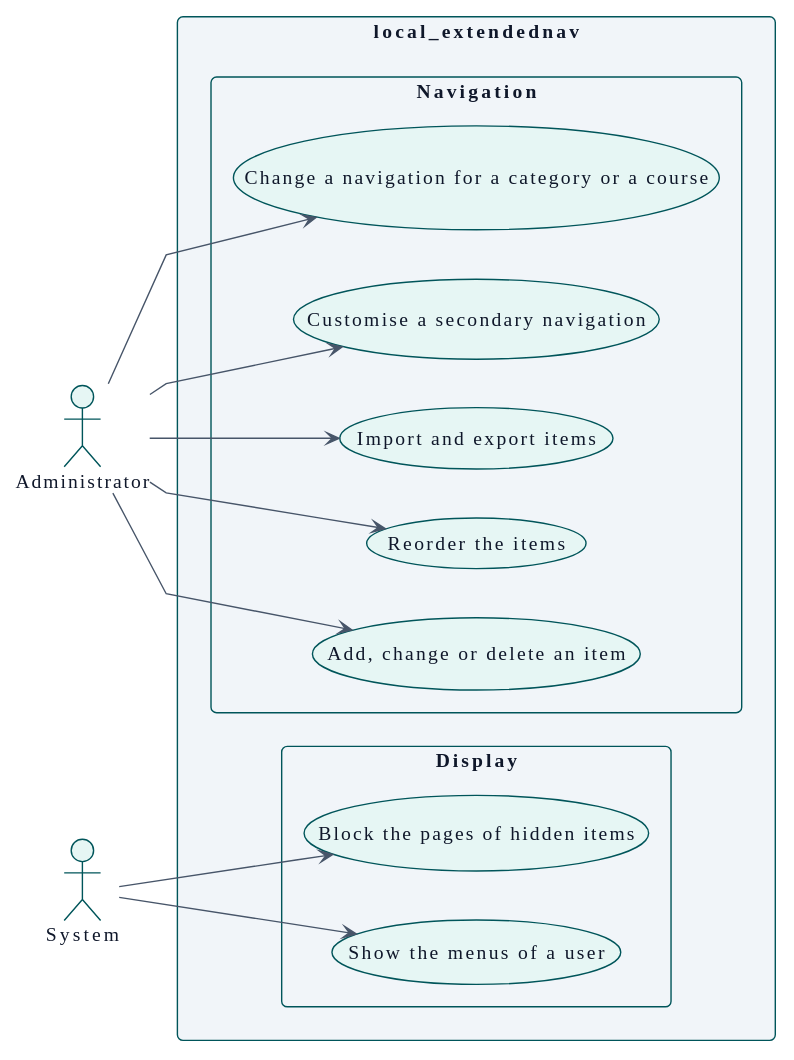
This is docs/en/technical/requirements/use-case-overview.svg from didactika/moodle-local_extendednav, a PlantUML export, as it was before one commit. The source it was exported from:
```plantuml
@startuml
!theme plain
skinparam backgroundColor #FFFFFF
skinparam defaultFontName IBM Plex Sans
skinparam defaultFontSize 14
skinparam defaultFontColor #0F172A
skinparam shadowing false
skinparam packageStyle rectangle
skinparam ArrowFontSize 12
skinparam ClassAttributeIconSize 0
skinparam roundCorner 8
skinparam ArrowColor #475569
skinparam ArrowFontColor #0F172A
skinparam NoteBackgroundColor #FDF3DC
skinparam NoteBorderColor #00555A
skinparam NoteFontColor #0F172A
skinparam class {
  BackgroundColor #E6F6F4
  BorderColor #00555A
  FontColor #0F172A
}
skinparam entity {
  BackgroundColor #E6F6F4
  BorderColor #00555A
  FontColor #0F172A
}
skinparam participant {
  BackgroundColor #E6F6F4
  BorderColor #00555A
  FontColor #0F172A
}
skinparam actor {
  BackgroundColor #E6F6F4
  BorderColor #00555A
  FontColor #0F172A
}
skinparam database {
  BackgroundColor #E6F6F4
  BorderColor #00555A
  FontColor #0F172A
}
skinparam component {
  BackgroundColor #E6F6F4
  BorderColor #00555A
  FontColor #0F172A
}
skinparam node {
  BackgroundColor #E6F6F4
  BorderColor #00555A
  FontColor #0F172A
}
skinparam usecase {
  BackgroundColor #E6F6F4
  BorderColor #00555A
  FontColor #0F172A
}
skinparam interface {
  BackgroundColor #E6F6F4
  BorderColor #00555A
  FontColor #0F172A
}
skinparam state {
  BackgroundColor #E6F6F4
  BorderColor #00555A
  FontColor #0F172A
  StartColor #475569
  EndColor #475569
  ArrowColor #475569
}
skinparam package {
  BackgroundColor #F1F5F9
  BorderColor #00555A
  FontColor #0F172A
}
skinparam sequence {
  LifeLineBorderColor #475569
  LifeLineBackgroundColor #E6F6F4
  ArrowColor #475569
  GroupBorderColor #00555A
  GroupBackgroundColor #F1F5F9
}
skinparam package<<level1>> {
  BackgroundColor #A7DDD5
  BorderColor #00555A
  FontColor #0F172A
}
skinparam package<<level2>> {
  BackgroundColor #C8EEE9
  BorderColor #00555A
  FontColor #0F172A
}
skinparam package<<level3>> {
  BackgroundColor #E6F6F4
  BorderColor #00555A
  FontColor #0F172A
}
skinparam package<<level4>> {
  BackgroundColor #F4FBFA
  BorderColor #00555A
  FontColor #0F172A
}
hide <<level1>> stereotype
hide <<level2>> stereotype
hide <<level3>> stereotype
hide <<level4>> stereotype
skinparam linetype polyline
left to right direction

actor "Administrator" as A_Administrator
actor "System" as A_System

rectangle "local_extendednav" {
  package "Navigation" {
    usecase "Add, change or delete an item" as UC_manageNodes
    usecase "Reorder the items" as UC_reorderNodes
    usecase "Import and export items" as UC_importNodes
    usecase "Customise a secondary navigation" as UC_customiseSecondaryNavigation
    usecase "Change a navigation for a category or a course" as UC_setScopeException
  }
  package "Display" {
    usecase "Show the menus of a user" as UC_showMenus
    usecase "Block the pages of hidden items" as UC_blockUrl
  }
}

A_Administrator --> UC_manageNodes
A_Administrator --> UC_reorderNodes
A_Administrator --> UC_importNodes
A_System --> UC_showMenus
A_System --> UC_blockUrl
A_Administrator --> UC_customiseSecondaryNavigation
A_Administrator --> UC_setScopeException
@enduml
```
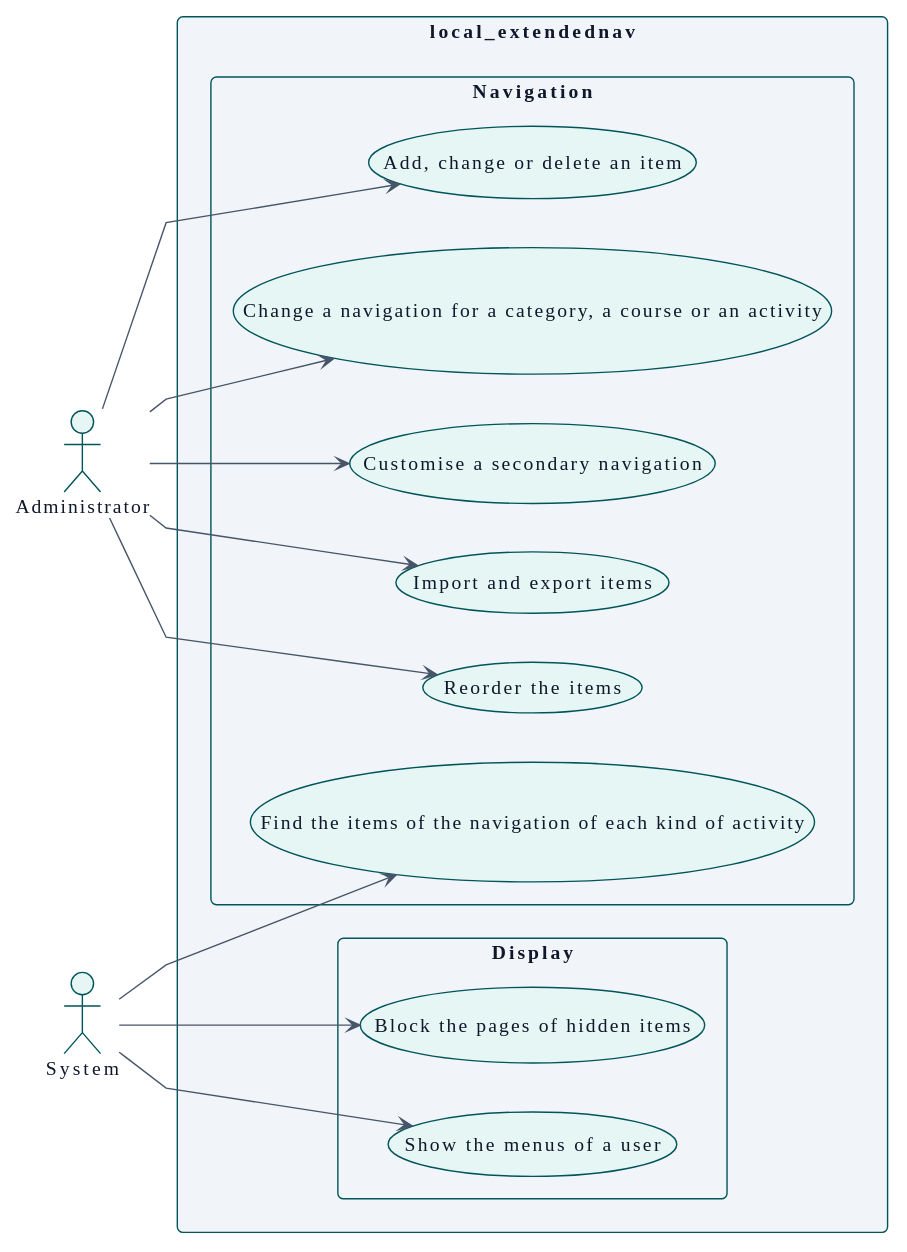
The same diagram one commit later.

What changed in the source:
```diff
@@ -115,7 +115,8 @@
     usecase "Reorder the items" as UC_reorderNodes
     usecase "Import and export items" as UC_importNodes
     usecase "Customise a secondary navigation" as UC_customiseSecondaryNavigation
-    usecase "Change a navigation for a category or a course" as UC_setScopeException
+    usecase "Change a navigation for a category, a course or an activity" as UC_setScopeException
+    usecase "Find the items of the navigation of each kind of activity" as UC_discoverActivityItems
   }
   package "Display" {
     usecase "Show the menus of a user" as UC_showMenus
@@ -130,4 +131,5 @@
 A_System --> UC_blockUrl
 A_Administrator --> UC_customiseSecondaryNavigation
 A_Administrator --> UC_setScopeException
+A_System --> UC_discoverActivityItems
 @enduml
```
